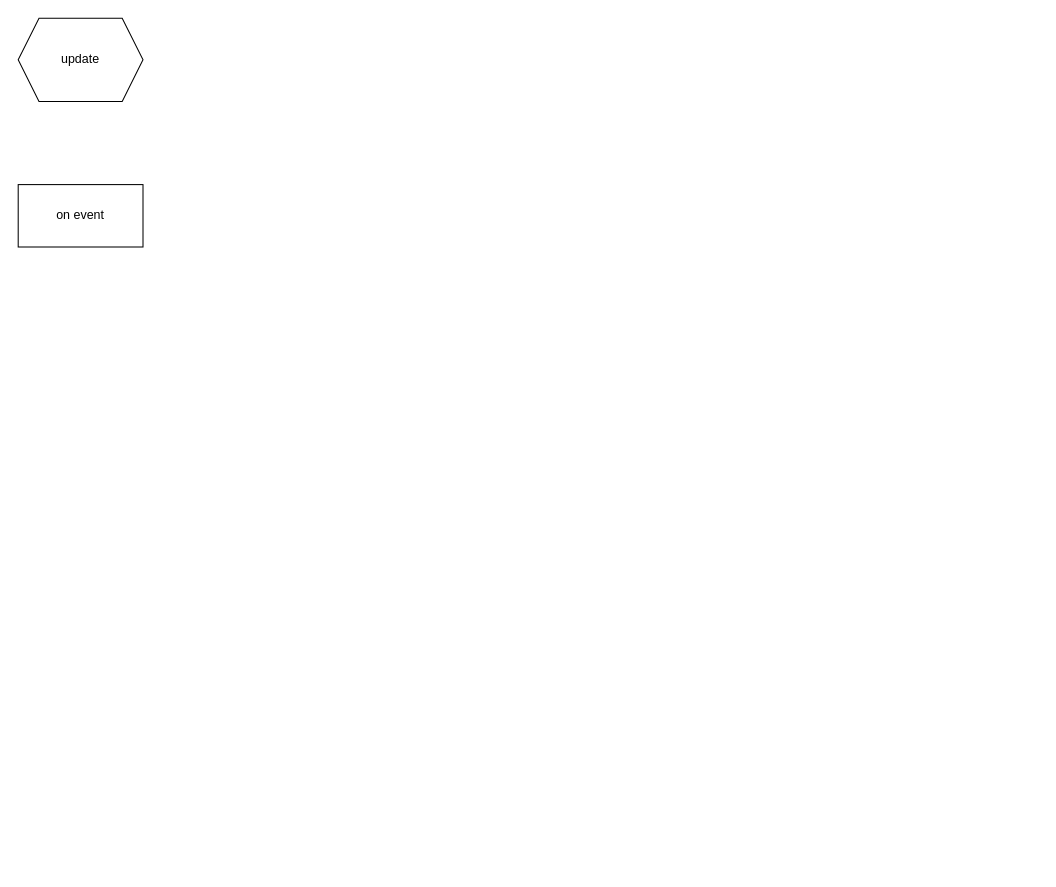
Earlier version of the draw.io diagram page "update" (3 of 3) of Untitled Diagram.drawio (42mypark/Termianl). Source tidied: cells renumbered, new cells numbered last; positions are measured from the earlier drawing's top-left corner, leaving out a move shared by most shapes. Both pictures are drawn from the tidied source at 104%, with x=0, y=0 at pixel (18, 18).
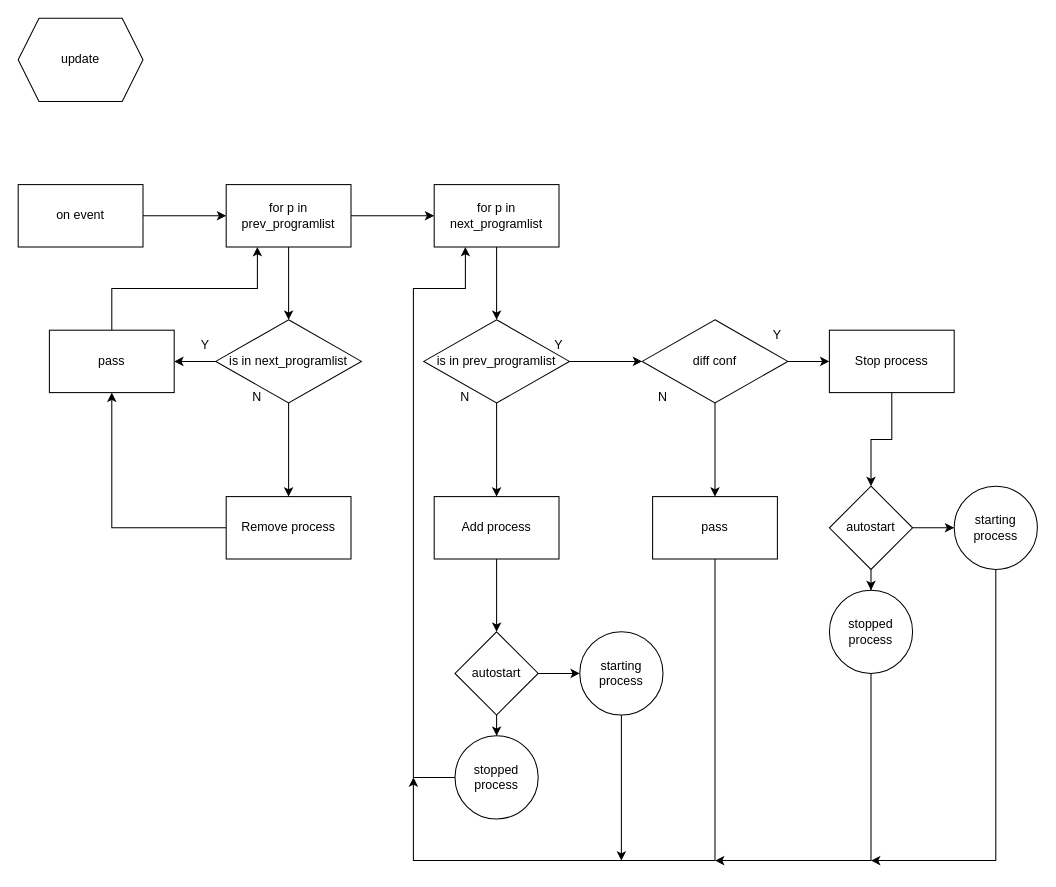
After the change.

The change refers to these unchanged cells:
```xml
<mxCell id="3" value="on event" style="rounded=0;whiteSpace=wrap;html=1;" parent="1" vertex="1">
  <mxGeometry y="160" width="120" height="60" as="geometry" />
</mxCell>
```

What changed in the source:
```diff
@@
+    <mxCell id="4" style="edgeStyle=orthogonalEdgeStyle;rounded=0;jettySize=auto;html=1;" parent="1" edge="1" source="3" target="7">
+      <mxGeometry relative="1" as="geometry" />
+    </mxCell>
@@
+    <mxCell id="5" style="edgeStyle=orthogonalEdgeStyle;rounded=0;jettySize=auto;html=1;" parent="1" edge="1" source="7" target="10">
+      <mxGeometry relative="1" as="geometry" />
+    </mxCell>
+    <mxCell id="6" style="edgeStyle=orthogonalEdgeStyle;rounded=0;jettySize=auto;html=1;" parent="1" edge="1" source="7" target="16">
+      <mxGeometry relative="1" as="geometry" />
+    </mxCell>
+    <mxCell id="7" value="for p in prev_programlist" style="rounded=0;whiteSpace=wrap;html=1;" parent="1" vertex="1">
+      <mxGeometry x="200" y="160" width="120" height="60" as="geometry" />
+    </mxCell>
+    <mxCell id="8" style="edgeStyle=orthogonalEdgeStyle;rounded=0;jettySize=auto;html=1;" parent="1" edge="1" source="10" target="12">
+      <mxGeometry relative="1" as="geometry" />
+    </mxCell>
+    <mxCell id="9" style="edgeStyle=orthogonalEdgeStyle;rounded=0;jettySize=auto;html=1;" parent="1" edge="1" source="10" target="14">
+      <mxGeometry relative="1" as="geometry" />
+    </mxCell>
+    <mxCell id="10" value="is in next_programlist" style="rhombus;whiteSpace=wrap;html=1;rounded=0;" parent="1" vertex="1">
+      <mxGeometry x="190" y="290" width="140" height="80" as="geometry" />
+    </mxCell>
+    <mxCell id="11" style="edgeStyle=orthogonalEdgeStyle;rounded=0;jettySize=auto;html=1;exitX=0.5;exitY=0;exitDx=0;exitDy=0;entryX=0.25;entryY=1;entryDx=0;entryDy=0;" parent="1" edge="1" source="12" target="7">
+      <mxGeometry relative="1" as="geometry" />
+    </mxCell>
+    <mxCell id="12" value="pass" style="rounded=0;whiteSpace=wrap;html=1;" parent="1" vertex="1">
+      <mxGeometry x="30" y="300" width="120" height="60" as="geometry" />
+    </mxCell>
+    <mxCell id="13" style="edgeStyle=orthogonalEdgeStyle;rounded=0;jettySize=auto;html=1;exitX=0;exitY=0.5;exitDx=0;exitDy=0;entryX=0.5;entryY=1;entryDx=0;entryDy=0;" parent="1" edge="1" source="14" target="12">
+      <mxGeometry relative="1" as="geometry" />
+    </mxCell>
+    <mxCell id="14" value="Remove process" style="whiteSpace=wrap;html=1;rounded=0;" parent="1" vertex="1">
+      <mxGeometry x="200" y="460" width="120" height="60" as="geometry" />
+    </mxCell>
+    <mxCell id="15" style="edgeStyle=orthogonalEdgeStyle;rounded=0;jettySize=auto;html=1;" parent="1" edge="1" source="16" target="19">
+      <mxGeometry relative="1" as="geometry" />
+    </mxCell>
+    <mxCell id="16" value="for p in next_programlist" style="whiteSpace=wrap;html=1;rounded=0;" parent="1" vertex="1">
+      <mxGeometry x="400" y="160" width="120" height="60" as="geometry" />
+    </mxCell>
+    <mxCell id="17" style="edgeStyle=orthogonalEdgeStyle;rounded=0;jettySize=auto;html=1;" parent="1" edge="1" source="19" target="21">
+      <mxGeometry relative="1" as="geometry" />
+    </mxCell>
+    <mxCell id="18" style="edgeStyle=orthogonalEdgeStyle;rounded=0;jettySize=auto;html=1;" parent="1" edge="1" source="19" target="28">
+      <mxGeometry relative="1" as="geometry" />
+    </mxCell>
+    <mxCell id="19" value="is in prev_programlist" style="rhombus;whiteSpace=wrap;html=1;rounded=0;" parent="1" vertex="1">
+      <mxGeometry x="390" y="290" width="140" height="80" as="geometry" />
+    </mxCell>
+    <mxCell id="20" style="edgeStyle=orthogonalEdgeStyle;rounded=0;jettySize=auto;html=1;" parent="1" edge="1" source="21" target="35">
+      <mxGeometry relative="1" as="geometry" />
+    </mxCell>
+    <mxCell id="21" value="Add process" style="whiteSpace=wrap;html=1;rounded=0;" parent="1" vertex="1">
+      <mxGeometry x="400" y="460" width="120" height="60" as="geometry" />
+    </mxCell>
+    <mxCell id="22" value="Y" style="text;html=1;strokeColor=none;fillColor=none;align=center;verticalAlign=middle;whiteSpace=wrap;rounded=0;" parent="1" vertex="1">
+      <mxGeometry x="150" y="300" width="60" height="30" as="geometry" />
+    </mxCell>
+    <mxCell id="23" value="N" style="text;html=1;strokeColor=none;fillColor=none;align=center;verticalAlign=middle;whiteSpace=wrap;rounded=0;" parent="1" vertex="1">
+      <mxGeometry x="200" y="350" width="60" height="30" as="geometry" />
+    </mxCell>
+    <mxCell id="24" value="N" style="text;html=1;strokeColor=none;fillColor=none;align=center;verticalAlign=middle;whiteSpace=wrap;rounded=0;" parent="1" vertex="1">
+      <mxGeometry x="400" y="350" width="60" height="30" as="geometry" />
+    </mxCell>
+    <mxCell id="25" value="Y" style="text;html=1;strokeColor=none;fillColor=none;align=center;verticalAlign=middle;whiteSpace=wrap;rounded=0;" parent="1" vertex="1">
+      <mxGeometry x="490" y="300" width="60" height="30" as="geometry" />
+    </mxCell>
+    <mxCell id="26" style="edgeStyle=orthogonalEdgeStyle;rounded=0;jettySize=auto;html=1;" parent="1" edge="1" source="28" target="30">
+      <mxGeometry relative="1" as="geometry" />
+    </mxCell>
+    <mxCell id="27" style="edgeStyle=orthogonalEdgeStyle;rounded=0;jettySize=auto;html=1;" parent="1" edge="1" source="28" target="32">
+      <mxGeometry relative="1" as="geometry" />
+    </mxCell>
+    <mxCell id="28" value="diff conf" style="rhombus;whiteSpace=wrap;html=1;rounded=0;" parent="1" vertex="1">
+      <mxGeometry x="600" y="290" width="140" height="80" as="geometry" />
+    </mxCell>
+    <mxCell id="29" style="edgeStyle=orthogonalEdgeStyle;rounded=0;jettySize=auto;html=1;exitX=0.5;exitY=1;exitDx=0;exitDy=0;" parent="1" edge="1" source="30">
+      <mxGeometry relative="1" as="geometry">
+        <mxPoint x="380" y="730" as="targetPoint" />
+        <Array as="points">
+          <mxPoint x="670" y="810" />
+          <mxPoint x="380" y="810" />
+        </Array>
+      </mxGeometry>
+    </mxCell>
+    <mxCell id="30" value="pass" style="whiteSpace=wrap;html=1;rounded=0;" parent="1" vertex="1">
+      <mxGeometry x="610" y="460" width="120" height="60" as="geometry" />
+    </mxCell>
+    <mxCell id="31" style="edgeStyle=orthogonalEdgeStyle;rounded=0;jettySize=auto;html=1;exitX=0.5;exitY=1;exitDx=0;exitDy=0;entryX=0.5;entryY=0;entryDx=0;entryDy=0;" parent="1" edge="1" source="32" target="44">
+      <mxGeometry relative="1" as="geometry" />
+    </mxCell>
+    <mxCell id="32" value="Stop process" style="whiteSpace=wrap;html=1;rounded=0;" parent="1" vertex="1">
+      <mxGeometry x="780" y="300" width="120" height="60" as="geometry" />
+    </mxCell>
+    <mxCell id="33" style="edgeStyle=orthogonalEdgeStyle;rounded=0;jettySize=auto;html=1;" parent="1" edge="1" source="35" target="37">
+      <mxGeometry relative="1" as="geometry" />
+    </mxCell>
+    <mxCell id="34" style="edgeStyle=orthogonalEdgeStyle;rounded=0;jettySize=auto;html=1;" parent="1" edge="1" source="35" target="39">
+      <mxGeometry relative="1" as="geometry" />
+    </mxCell>
+    <mxCell id="35" value="autostart" style="rhombus;whiteSpace=wrap;html=1;rounded=0;" parent="1" vertex="1">
+      <mxGeometry x="420" y="590" width="80" height="80" as="geometry" />
+    </mxCell>
+    <mxCell id="36" style="edgeStyle=orthogonalEdgeStyle;rounded=0;jettySize=auto;html=1;exitX=0.5;exitY=1;exitDx=0;exitDy=0;" parent="1" edge="1" source="37">
+      <mxGeometry relative="1" as="geometry">
+        <mxPoint x="580" y="810" as="targetPoint" />
+        <Array as="points">
+          <mxPoint x="580" y="810" />
+          <mxPoint x="580" y="810" />
+        </Array>
+      </mxGeometry>
+    </mxCell>
+    <mxCell id="37" value="starting process" style="ellipse;whiteSpace=wrap;html=1;rounded=0;" parent="1" vertex="1">
+      <mxGeometry x="540" y="590" width="80" height="80" as="geometry" />
+    </mxCell>
+    <mxCell id="38" style="edgeStyle=orthogonalEdgeStyle;rounded=0;jettySize=auto;html=1;exitX=0;exitY=0.5;exitDx=0;exitDy=0;entryX=0.25;entryY=1;entryDx=0;entryDy=0;" parent="1" edge="1" source="39" target="16">
+      <mxGeometry relative="1" as="geometry">
+        <Array as="points">
+          <mxPoint x="380" y="730" />
+          <mxPoint x="380" y="260" />
+          <mxPoint x="430" y="260" />
+        </Array>
+      </mxGeometry>
+    </mxCell>
+    <mxCell id="39" value="stopped process" style="ellipse;whiteSpace=wrap;html=1;rounded=0;" parent="1" vertex="1">
+      <mxGeometry x="420" y="690" width="80" height="80" as="geometry" />
+    </mxCell>
+    <mxCell id="40" value="Y" style="text;html=1;strokeColor=none;fillColor=none;align=center;verticalAlign=middle;whiteSpace=wrap;rounded=0;" parent="1" vertex="1">
+      <mxGeometry x="700" y="290" width="60" height="30" as="geometry" />
+    </mxCell>
+    <mxCell id="41" value="N" style="text;html=1;strokeColor=none;fillColor=none;align=center;verticalAlign=middle;whiteSpace=wrap;rounded=0;" parent="1" vertex="1">
+      <mxGeometry x="590" y="350" width="60" height="30" as="geometry" />
+    </mxCell>
+    <mxCell id="42" style="edgeStyle=orthogonalEdgeStyle;rounded=0;jettySize=auto;html=1;" parent="1" edge="1" source="44" target="46">
+      <mxGeometry relative="1" as="geometry" />
+    </mxCell>
+    <mxCell id="43" style="edgeStyle=orthogonalEdgeStyle;rounded=0;jettySize=auto;html=1;" parent="1" edge="1" source="44" target="48">
+      <mxGeometry relative="1" as="geometry" />
+    </mxCell>
+    <mxCell id="44" value="autostart" style="rhombus;whiteSpace=wrap;html=1;rounded=0;" parent="1" vertex="1">
+      <mxGeometry x="780" y="450" width="80" height="80" as="geometry" />
+    </mxCell>
+    <mxCell id="45" style="edgeStyle=orthogonalEdgeStyle;rounded=0;jettySize=auto;html=1;exitX=0.5;exitY=1;exitDx=0;exitDy=0;" parent="1" edge="1" source="46">
+      <mxGeometry relative="1" as="geometry">
+        <mxPoint x="820" y="810" as="targetPoint" />
+        <Array as="points">
+          <mxPoint x="940" y="810" />
+        </Array>
+      </mxGeometry>
+    </mxCell>
+    <mxCell id="46" value="starting process" style="ellipse;whiteSpace=wrap;html=1;rounded=0;" parent="1" vertex="1">
+      <mxGeometry x="900" y="450" width="80" height="80" as="geometry" />
+    </mxCell>
+    <mxCell id="47" style="edgeStyle=orthogonalEdgeStyle;rounded=0;jettySize=auto;html=1;exitX=0.5;exitY=1;exitDx=0;exitDy=0;" parent="1" edge="1" source="48">
+      <mxGeometry relative="1" as="geometry">
+        <mxPoint x="670" y="810" as="targetPoint" />
+        <Array as="points">
+          <mxPoint x="820" y="810" />
+        </Array>
+      </mxGeometry>
+    </mxCell>
+    <mxCell id="48" value="stopped process" style="ellipse;whiteSpace=wrap;html=1;rounded=0;" parent="1" vertex="1">
+      <mxGeometry x="780" y="550" width="80" height="80" as="geometry" />
+    </mxCell>
```
